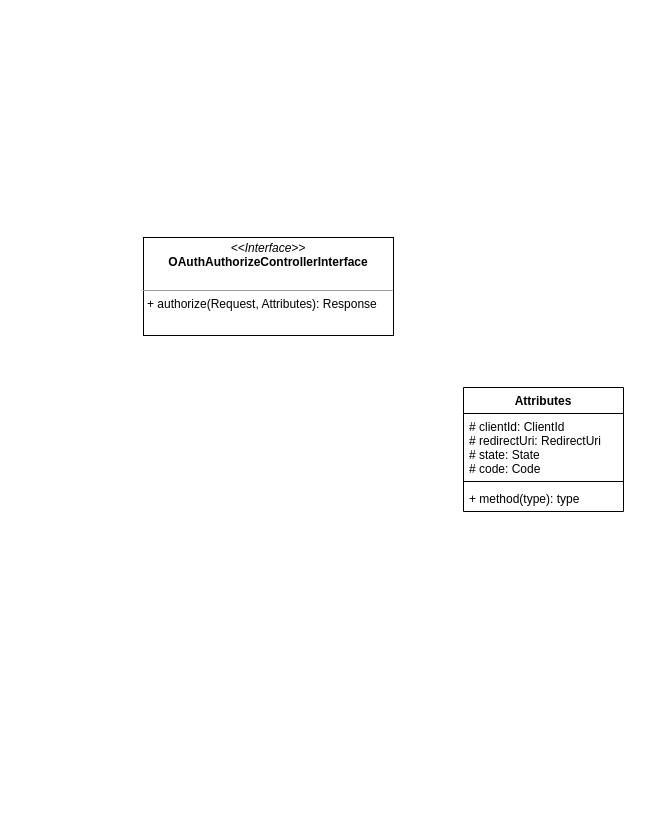
The draw.io diagram oauth.drawio in andrzej-pakula/oauth-api-connector-bundle, before the edit. Source tidied: cells renumbered, new cells numbered last; positions are measured from the earlier drawing's top-left corner, leaving out a move shared by most shapes. Both pictures are drawn from the tidied source at 100%, with x=0, y=0 at pixel (143, 237).
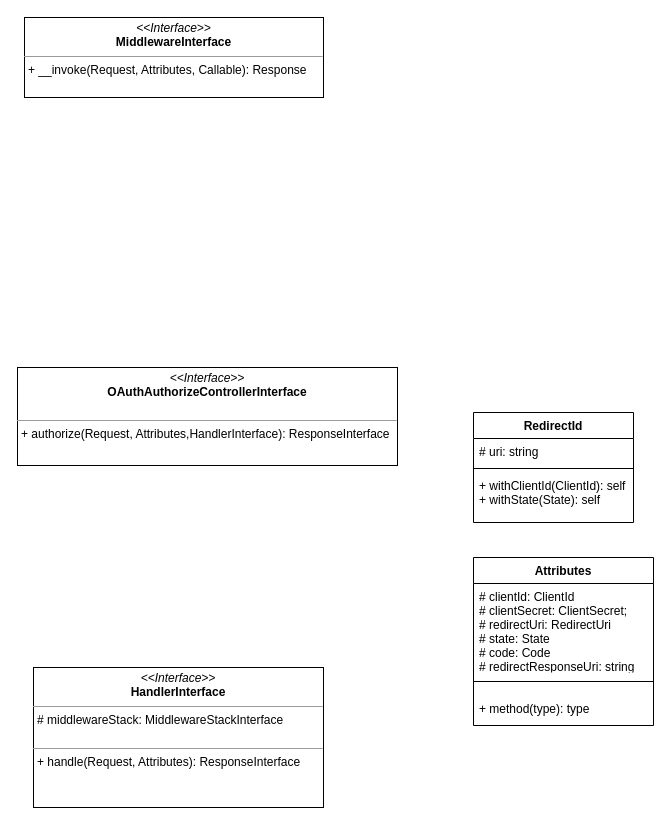
After the change.

Diff of the diagram source:
```diff
@@
 <mxGraphModel>
   <root>
     <mxCell id="0" />
     <mxCell id="1" parent="0" />
-    <mxCell id="2" value="&lt;p style=&quot;margin: 0px ; margin-top: 4px ; text-align: center&quot;&gt;&lt;i&gt;&amp;lt;&amp;lt;Interface&amp;gt;&amp;gt;&lt;/i&gt;&lt;br&gt;&lt;b&gt;OAuthAuthorizeControllerInterface&lt;/b&gt;&lt;br&gt;&lt;/p&gt;&lt;p style=&quot;margin: 0px ; margin-left: 4px&quot;&gt;&lt;br&gt;&lt;/p&gt;&lt;hr size=&quot;1&quot;&gt;&lt;p style=&quot;margin: 0px ; margin-left: 4px&quot;&gt;+ authorize(Request, Attributes): Response&lt;br&gt;&lt;br&gt;&lt;/p&gt;" style="verticalAlign=top;align=left;overflow=fill;fontSize=12;fontFamily=Helvetica;html=1;" parent="1" vertex="1">
-      <mxGeometry width="250" height="98" as="geometry" />
+    <mxCell id="2" value="&lt;p style=&quot;margin: 0px ; margin-top: 4px ; text-align: center&quot;&gt;&lt;i&gt;&amp;lt;&amp;lt;Interface&amp;gt;&amp;gt;&lt;/i&gt;&lt;br&gt;&lt;b&gt;OAuthAuthorizeControllerInterface&lt;/b&gt;&lt;br&gt;&lt;/p&gt;&lt;p style=&quot;margin: 0px ; margin-left: 4px&quot;&gt;&lt;br&gt;&lt;/p&gt;&lt;hr size=&quot;1&quot;&gt;&lt;p style=&quot;margin: 0px ; margin-left: 4px&quot;&gt;+ authorize(Request, Attributes,HandlerInterface): ResponseInterface&lt;br&gt;&lt;br&gt;&lt;/p&gt;" style="verticalAlign=top;align=left;overflow=fill;fontSize=12;fontFamily=Helvetica;html=1;" parent="1" vertex="1">
+      <mxGeometry x="-126" y="130" width="380" height="98" as="geometry" />
     </mxCell>
     <mxCell id="3" value="Attributes" style="swimlane;fontStyle=1;align=center;verticalAlign=top;horizontal=1;startSize=26;" parent="1" vertex="1">
-      <mxGeometry x="320" y="150" width="160" height="124" as="geometry" />
+      <mxGeometry x="330" y="320" width="180" height="168" as="geometry" />
     </mxCell>
-    <mxCell id="4" value="# clientId: ClientId&#10;# redirectUri: RedirectUri&#10;# state: State&#10;# code: Code" style="text;strokeColor=none;fillColor=none;align=left;verticalAlign=top;spacingLeft=4;spacingRight=4;overflow=hidden;" parent="3" vertex="1">
-      <mxGeometry y="26" width="160" height="64" as="geometry" />
+    <mxCell id="4" value="# clientId: ClientId&#10;# clientSecret: ClientSecret;&#10;# redirectUri: RedirectUri&#10;# state: State&#10;# code: Code&#10;# redirectResponseUri: string" style="text;strokeColor=none;fillColor=none;align=left;verticalAlign=top;spacingLeft=4;spacingRight=4;overflow=hidden;" parent="3" vertex="1">
+      <mxGeometry y="26" width="180" height="84" as="geometry" />
     </mxCell>
     <mxCell id="5" style="line;strokeWidth=1;fillColor=none;align=left;verticalAlign=middle;spacingTop=-1;spacingLeft=3;spacingRight=3;labelPosition=right;" parent="3" vertex="1">
-      <mxGeometry y="90" width="160" height="8" as="geometry" />
+      <mxGeometry y="110" width="180" height="28" as="geometry" />
     </mxCell>
     <mxCell id="6" value="+ method(type): type" style="text;strokeColor=none;fillColor=none;align=left;verticalAlign=top;spacingLeft=4;spacingRight=4;overflow=hidden;" parent="3" vertex="1">
-      <mxGeometry y="98" width="160" height="26" as="geometry" />
+      <mxGeometry y="138" width="180" height="30" as="geometry" />
     </mxCell>
+    <mxCell id="7" value="RedirectId" style="swimlane;fontStyle=1;align=center;verticalAlign=top;horizontal=1;startSize=26;" parent="1" vertex="1">
+      <mxGeometry x="330" y="175" width="160" height="110" as="geometry" />
+    </mxCell>
+    <mxCell id="8" value="# uri: string" style="text;strokeColor=none;fillColor=none;align=left;verticalAlign=top;spacingLeft=4;spacingRight=4;overflow=hidden;" parent="7" vertex="1">
+      <mxGeometry y="26" width="160" height="26" as="geometry" />
+    </mxCell>
+    <mxCell id="9" style="line;strokeWidth=1;fillColor=none;align=left;verticalAlign=middle;spacingTop=-1;spacingLeft=3;spacingRight=3;labelPosition=right;" parent="7" vertex="1">
+      <mxGeometry y="52" width="160" height="8" as="geometry" />
+    </mxCell>
+    <mxCell id="10" value="+ withClientId(ClientId): self&#10;+ withState(State): self" style="text;strokeColor=none;fillColor=none;align=left;verticalAlign=top;spacingLeft=4;spacingRight=4;overflow=hidden;" parent="7" vertex="1">
+      <mxGeometry y="60" width="160" height="50" as="geometry" />
+    </mxCell>
+    <mxCell id="11" value="&lt;p style=&quot;margin: 0px ; margin-top: 4px ; text-align: center&quot;&gt;&lt;i&gt;&amp;lt;&amp;lt;Interface&amp;gt;&amp;gt;&lt;/i&gt;&lt;br&gt;&lt;b&gt;MiddlewareInterface&lt;/b&gt;&lt;/p&gt;&lt;hr size=&quot;1&quot;&gt;&lt;p style=&quot;margin: 0px ; margin-left: 4px&quot;&gt;&lt;span&gt;+ __invoke(Request, Attributes, Callable): Response&lt;/span&gt;&lt;/p&gt;&amp;nbsp;&amp;nbsp;&lt;p style=&quot;margin: 0px ; margin-left: 4px&quot;&gt;&lt;br&gt;&lt;/p&gt;" style="verticalAlign=top;align=left;overflow=fill;fontSize=12;fontFamily=Helvetica;html=1;" parent="1" vertex="1">
+      <mxGeometry x="-119" y="-220" width="299" height="80" as="geometry" />
+    </mxCell>
+    <mxCell id="12" value="&lt;p style=&quot;margin: 0px ; margin-top: 4px ; text-align: center&quot;&gt;&lt;i&gt;&amp;lt;&amp;lt;Interface&amp;gt;&amp;gt;&lt;/i&gt;&lt;br&gt;&lt;b&gt;HandlerInterface&lt;/b&gt;&lt;/p&gt;&lt;hr size=&quot;1&quot;&gt;&lt;p style=&quot;margin: 0px ; margin-left: 4px&quot;&gt;# middlewareStack: MiddlewareStackInterface&lt;br&gt;&lt;br&gt;&lt;/p&gt;&lt;hr size=&quot;1&quot;&gt;&lt;p style=&quot;margin: 0px ; margin-left: 4px&quot;&gt;+ handle(Request, Attributes): ResponseInterface&lt;br&gt;&lt;/p&gt;" style="verticalAlign=top;align=left;overflow=fill;fontSize=12;fontFamily=Helvetica;html=1;" parent="1" vertex="1">
+      <mxGeometry x="-110" y="430" width="290" height="140" as="geometry" />
+    </mxCell>
   </root>
 </mxGraphModel>
```
